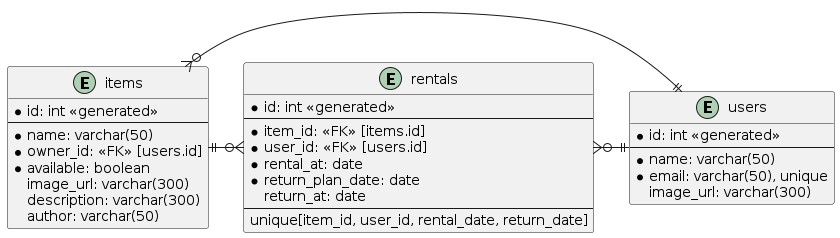
naoyuki1115/chan-kari keeps this PlantUML diagram as docs/er_diagram/er_diagram/er_diagram.png. Above is the earlier version.
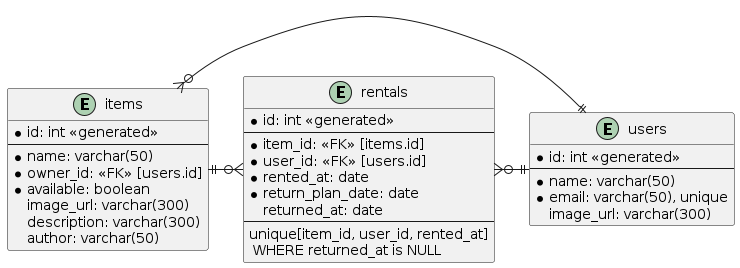
The same file after the commit.

Diff of the diagram source:
```diff
@@ -23,11 +23,11 @@
   --
   * item_id: <<FK>> [items.id]
   * user_id: <<FK>> [users.id]
-  * rental_at: date
+  * rented_at: date
   * return_plan_date: date
-  return_at: date
+  returned_at: date
   --
-  unique[item_id, user_id, rental_date, return_date]
+  unique[item_id, user_id, rented_at]\n WHERE returned_at is NULL
 }
 
 users ||-l-o{ rentals
```
